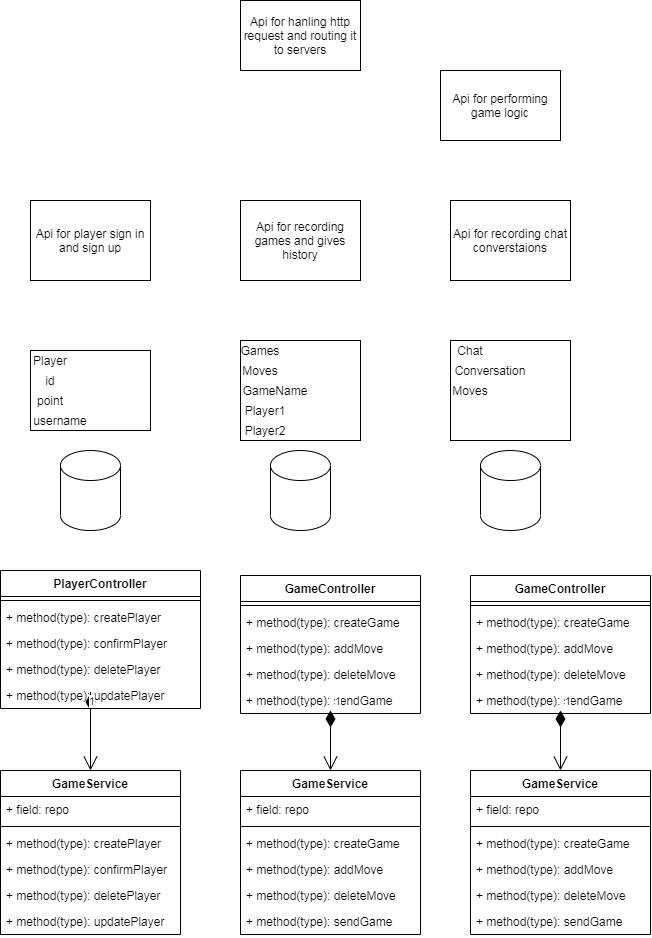
emreisler/2DAndroidGame keeps this draw.io diagram as Service.png. Above is the earlier version. Source tidied: cells renumbered, new cells last; positions are measured from the earlier drawing's top-left corner, leaving out a move shared by most shapes.
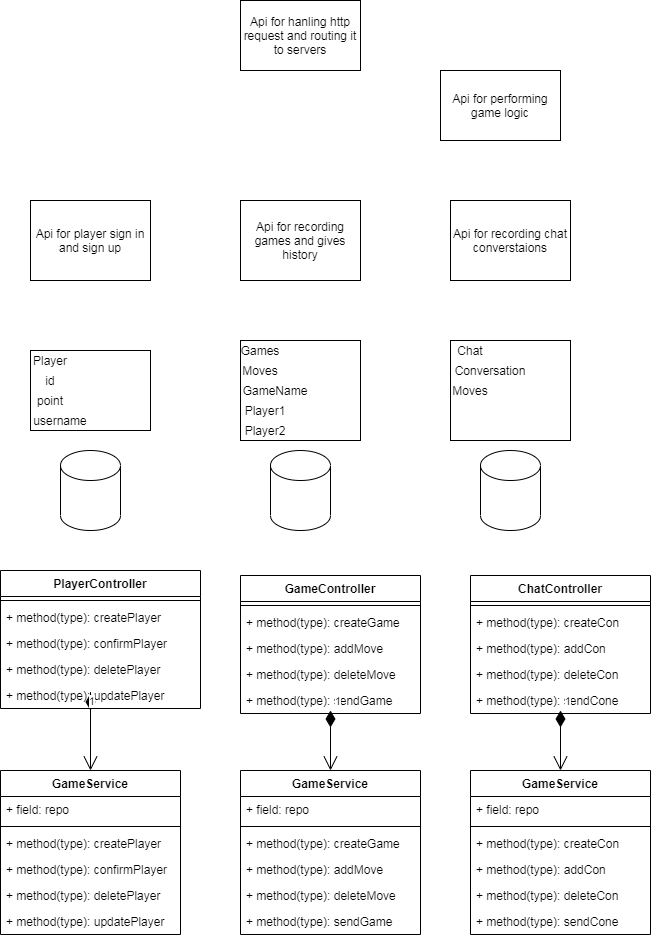
The same diagram one commit later.

The edit, as a diff of the source:
```diff
@@ -174,34 +174,34 @@
     <mxCell id="56" style="line;strokeWidth=1;fillColor=none;align=left;verticalAlign=middle;spacingTop=-1;spacingLeft=3;spacingRight=3;labelPosition=right;" parent="54" vertex="1">
       <mxGeometry y="52" width="180" height="8" as="geometry" />
     </mxCell>
-    <mxCell id="57" value="+ method(type): createGame" style="text;strokeColor=none;fillColor=none;align=left;verticalAlign=top;spacingLeft=4;spacingRight=4;overflow=hidden;" parent="54" vertex="1">
+    <mxCell id="57" value="+ method(type): createCon" style="text;strokeColor=none;fillColor=none;align=left;verticalAlign=top;spacingLeft=4;spacingRight=4;overflow=hidden;" parent="54" vertex="1">
       <mxGeometry y="60" width="180" height="26" as="geometry" />
     </mxCell>
-    <mxCell id="58" value="+ method(type): addMove" style="text;strokeColor=none;fillColor=none;align=left;verticalAlign=top;spacingLeft=4;spacingRight=4;overflow=hidden;" parent="54" vertex="1">
+    <mxCell id="58" value="+ method(type): addCon" style="text;strokeColor=none;fillColor=none;align=left;verticalAlign=top;spacingLeft=4;spacingRight=4;overflow=hidden;" parent="54" vertex="1">
       <mxGeometry y="86" width="180" height="26" as="geometry" />
     </mxCell>
-    <mxCell id="59" value="+ method(type): deleteMove" style="text;strokeColor=none;fillColor=none;align=left;verticalAlign=top;spacingLeft=4;spacingRight=4;overflow=hidden;" parent="54" vertex="1">
+    <mxCell id="59" value="+ method(type): deleteCon" style="text;strokeColor=none;fillColor=none;align=left;verticalAlign=top;spacingLeft=4;spacingRight=4;overflow=hidden;" parent="54" vertex="1">
       <mxGeometry y="112" width="180" height="26" as="geometry" />
     </mxCell>
-    <mxCell id="60" value="+ method(type): sendGame" style="text;strokeColor=none;fillColor=none;align=left;verticalAlign=top;spacingLeft=4;spacingRight=4;overflow=hidden;" parent="54" vertex="1">
+    <mxCell id="60" value="+ method(type): sendCone" style="text;strokeColor=none;fillColor=none;align=left;verticalAlign=top;spacingLeft=4;spacingRight=4;overflow=hidden;" parent="54" vertex="1">
       <mxGeometry y="138" width="180" height="26" as="geometry" />
     </mxCell>
-    <mxCell id="61" value="GameController" style="swimlane;fontStyle=1;align=center;verticalAlign=top;horizontal=1;startSize=26;" parent="1" vertex="1">
+    <mxCell id="61" value="ChatController" style="swimlane;fontStyle=1;align=center;verticalAlign=top;horizontal=1;startSize=26;" parent="1" vertex="1">
       <mxGeometry x="470" y="575" width="180" height="138" as="geometry" />
     </mxCell>
     <mxCell id="62" style="line;strokeWidth=1;fillColor=none;align=left;verticalAlign=middle;spacingTop=-1;spacingLeft=3;spacingRight=3;labelPosition=right;" parent="61" vertex="1">
       <mxGeometry y="26" width="180" height="8" as="geometry" />
     </mxCell>
-    <mxCell id="63" value="+ method(type): createGame" style="text;strokeColor=none;fillColor=none;align=left;verticalAlign=top;spacingLeft=4;spacingRight=4;overflow=hidden;" parent="61" vertex="1">
+    <mxCell id="63" value="+ method(type): createCon" style="text;strokeColor=none;fillColor=none;align=left;verticalAlign=top;spacingLeft=4;spacingRight=4;overflow=hidden;" parent="61" vertex="1">
       <mxGeometry y="34" width="180" height="26" as="geometry" />
     </mxCell>
-    <mxCell id="64" value="+ method(type): addMove" style="text;strokeColor=none;fillColor=none;align=left;verticalAlign=top;spacingLeft=4;spacingRight=4;overflow=hidden;" parent="61" vertex="1">
+    <mxCell id="64" value="+ method(type): addCon" style="text;strokeColor=none;fillColor=none;align=left;verticalAlign=top;spacingLeft=4;spacingRight=4;overflow=hidden;" parent="61" vertex="1">
       <mxGeometry y="60" width="180" height="26" as="geometry" />
     </mxCell>
-    <mxCell id="65" value="+ method(type): deleteMove" style="text;strokeColor=none;fillColor=none;align=left;verticalAlign=top;spacingLeft=4;spacingRight=4;overflow=hidden;" parent="61" vertex="1">
+    <mxCell id="65" value="+ method(type): deleteCon" style="text;strokeColor=none;fillColor=none;align=left;verticalAlign=top;spacingLeft=4;spacingRight=4;overflow=hidden;" parent="61" vertex="1">
       <mxGeometry y="86" width="180" height="26" as="geometry" />
     </mxCell>
-    <mxCell id="66" value="+ method(type): sendGame" style="text;strokeColor=none;fillColor=none;align=left;verticalAlign=top;spacingLeft=4;spacingRight=4;overflow=hidden;" parent="61" vertex="1">
+    <mxCell id="66" value="+ method(type): sendCone" style="text;strokeColor=none;fillColor=none;align=left;verticalAlign=top;spacingLeft=4;spacingRight=4;overflow=hidden;" parent="61" vertex="1">
       <mxGeometry y="112" width="180" height="26" as="geometry" />
     </mxCell>
     <mxCell id="67" value="1" style="endArrow=open;html=1;endSize=12;startArrow=diamondThin;startSize=14;startFill=1;edgeStyle=orthogonalEdgeStyle;align=left;verticalAlign=bottom;entryX=0.5;entryY=0;entryDx=0;entryDy=0;" parent="1" edge="1" target="54">
```
